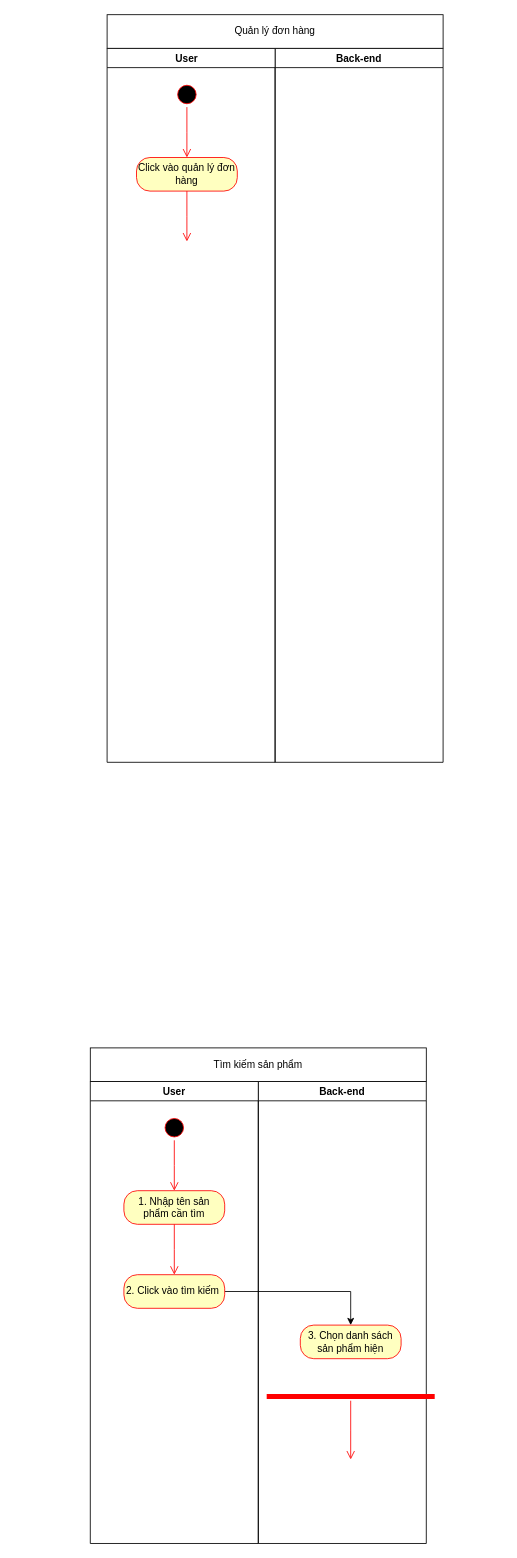
This is KTPM/Biểu đồ không có tiêu đề.drawio from Dothingan/Self-Educated, a draw.io file, before an edit. Source tidied: cells renumbered, new cells numbered last; positions are measured from the earlier drawing's top-left corner, leaving out a move shared by most shapes. Both pictures are drawn from the tidied source at 84%, with x=0, y=0 at pixel (90, 14).
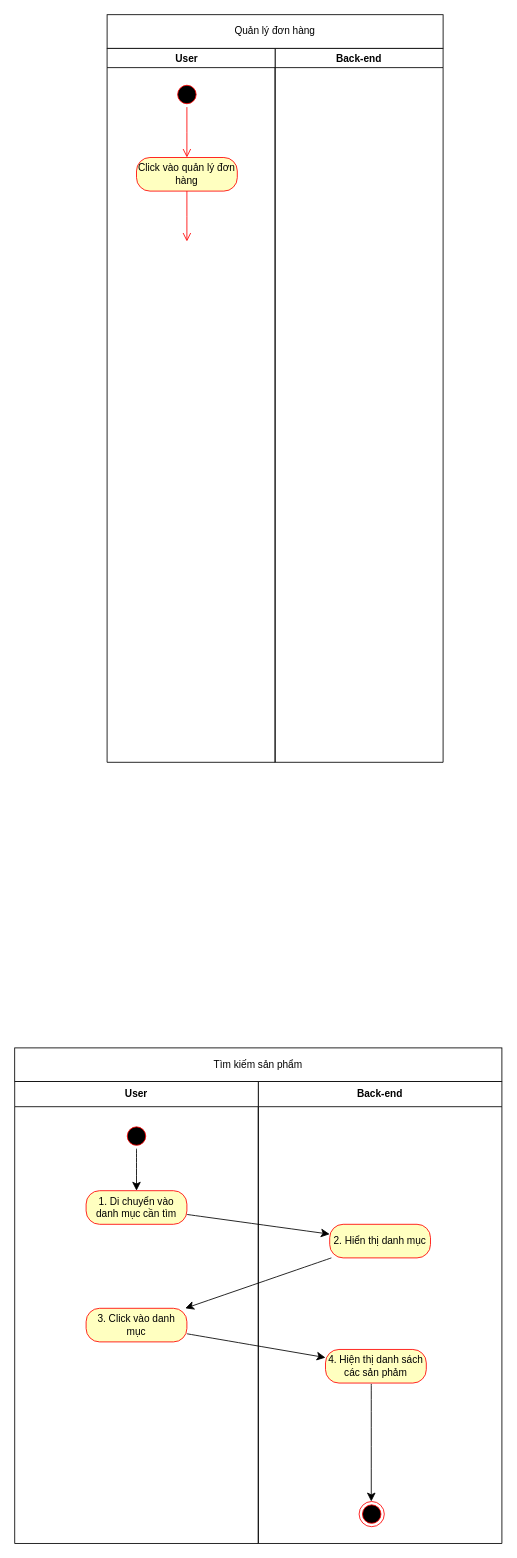
The same diagram, later.

Commit message:
Cập nhật Biểu đồ không có tiêu đề.drawio

Change to the diagram source:
```diff
@@
-    <mxCell id="9" value="Back-end" style="swimlane;whiteSpace=wrap;html=1;startSize=23;" parent="1" vertex="1">
-      <mxGeometry x="200" y="1270" width="200" height="550" as="geometry" />
+    <mxCell id="9" value="Back-end" style="swimlane;whiteSpace=wrap;html=1;startSize=30;" parent="1" vertex="1">
+      <mxGeometry x="200" y="1270" width="290" height="550" as="geometry" />
     </mxCell>
-    <mxCell id="10" style="shape=line;html=1;strokeWidth=6;strokeColor=#ff0000;" parent="9" vertex="1">
-      <mxGeometry x="10" y="370" width="200" height="10" as="geometry" />
-    </mxCell>
-    <mxCell id="11" style="edgeStyle=orthogonalEdgeStyle;html=1;verticalAlign=bottom;endArrow=open;endSize=8;strokeColor=#ff0000;rounded=0;" parent="9" edge="1" source="10">
-      <mxGeometry relative="1" as="geometry">
-        <mxPoint x="110" y="450" as="targetPoint" />
-      </mxGeometry>
-    </mxCell>
+    <mxCell id="21" style="edgeStyle=none;curved=1;rounded=0;orthogonalLoop=1;jettySize=auto;html=1;exitX=0.75;exitY=1;exitDx=0;exitDy=0;fontSize=12;startSize=8;endSize=8;" parent="9" edge="1">
+      <mxGeometry relative="1" as="geometry">
+        <mxPoint x="175" y="319" as="sourcePoint" />
+        <mxPoint x="175" y="319" as="targetPoint" />
+      </mxGeometry>
+    </mxCell>
+    <mxCell id="22" value="2. Hiển thị danh mục" style="rounded=1;whiteSpace=wrap;html=1;arcSize=40;fontColor=#000000;fillColor=#ffffc0;strokeColor=#ff0000;" parent="9" vertex="1">
+      <mxGeometry x="85" y="170" width="120" height="40" as="geometry" />
+    </mxCell>
+    <mxCell id="23" style="ellipse;html=1;shape=endState;fillColor=#000000;strokeColor=#ff0000;" parent="9" vertex="1">
+      <mxGeometry x="120" y="500" width="30" height="30" as="geometry" />
+    </mxCell>
+    <mxCell id="24" style="edgeStyle=none;curved=1;rounded=0;orthogonalLoop=1;jettySize=auto;html=1;fontSize=12;startSize=8;endSize=8;" parent="9" edge="1">
+      <mxGeometry relative="1" as="geometry">
+        <mxPoint x="134.5" y="360" as="sourcePoint" />
+        <mxPoint x="134.5" y="500" as="targetPoint" />
+      </mxGeometry>
+    </mxCell>
-    <mxCell id="12" value="User" style="swimlane;whiteSpace=wrap;html=1;" parent="1" vertex="1">
-      <mxGeometry y="1270" width="200" height="550" as="geometry" />
+    <mxCell id="12" value="User" style="swimlane;whiteSpace=wrap;html=1;startSize=30;" parent="1" vertex="1">
+      <mxGeometry x="-90" y="1270" width="290" height="550" as="geometry" />
     </mxCell>
+    <mxCell id="25" style="edgeStyle=none;curved=1;rounded=0;jettySize=auto;html=1;fontSize=12;startSize=8;endSize=8;" parent="12" edge="1" source="13" target="15">
+      <mxGeometry relative="1" as="geometry" />
+    </mxCell>
     <mxCell id="13" style="ellipse;html=1;shape=startState;fillColor=#000000;strokeColor=#ff0000;" parent="12" vertex="1">
-      <mxGeometry x="85" y="40" width="30" height="30" as="geometry" />
+      <mxGeometry x="130" y="50" width="30" height="30" as="geometry" />
     </mxCell>
-    <mxCell id="14" style="edgeStyle=orthogonalEdgeStyle;html=1;verticalAlign=bottom;endArrow=open;endSize=8;strokeColor=#ff0000;rounded=0;" parent="12" edge="1" source="13">
-      <mxGeometry relative="1" as="geometry">
-        <mxPoint x="100" y="130" as="targetPoint" />
-      </mxGeometry>
-    </mxCell>
-    <mxCell id="15" value="1. Nhập tên sản phẩm cần tìm" style="rounded=1;whiteSpace=wrap;html=1;arcSize=40;fontColor=#000000;fillColor=#ffffc0;strokeColor=#ff0000;" parent="12" vertex="1">
-      <mxGeometry x="40" y="130" width="120" height="40" as="geometry" />
+    <mxCell id="15" value="1. Di chuyển vào danh mục cần tìm" style="rounded=1;whiteSpace=wrap;html=1;arcSize=40;fontColor=#000000;fillColor=#ffffc0;strokeColor=#ff0000;" parent="12" vertex="1">
+      <mxGeometry x="85" y="130" width="120" height="40" as="geometry" />
     </mxCell>
-    <mxCell id="16" style="edgeStyle=orthogonalEdgeStyle;html=1;verticalAlign=bottom;endArrow=open;endSize=8;strokeColor=#ff0000;rounded=0;" parent="12" edge="1" source="15">
-      <mxGeometry relative="1" as="geometry">
-        <mxPoint x="100" y="230" as="targetPoint" />
-      </mxGeometry>
-    </mxCell>
-    <mxCell id="17" style="edgeStyle=orthogonalEdgeStyle;rounded=0;jettySize=auto;html=1;" parent="12" edge="1" source="18" target="19">
-      <mxGeometry relative="1" as="geometry" />
-    </mxCell>
-    <mxCell id="18" value="2. Click vào tìm kiếm&amp;nbsp;" style="rounded=1;whiteSpace=wrap;html=1;arcSize=40;fontColor=#000000;fillColor=#ffffc0;strokeColor=#ff0000;" parent="12" vertex="1">
-      <mxGeometry x="40" y="230" width="120" height="40" as="geometry" />
-    </mxCell>
-    <mxCell id="19" value="3. Chọn danh sách sản phẩm hiện" style="rounded=1;whiteSpace=wrap;html=1;arcSize=40;fontColor=#000000;fillColor=#ffffc0;strokeColor=#ff0000;" parent="12" vertex="1">
-      <mxGeometry x="250" y="290" width="120" height="40" as="geometry" />
-    </mxCell>
+    <mxCell id="26" style="edgeStyle=none;curved=1;rounded=0;jettySize=auto;html=1;fontSize=12;startSize=8;endSize=8;" parent="12" edge="1" source="27" target="28">
+      <mxGeometry relative="1" as="geometry" />
+    </mxCell>
+    <mxCell id="27" value="3. Click vào danh mục" style="rounded=1;whiteSpace=wrap;html=1;arcSize=40;fontColor=#000000;fillColor=#ffffc0;strokeColor=#ff0000;" parent="12" vertex="1">
+      <mxGeometry x="85" y="270" width="120" height="40" as="geometry" />
+    </mxCell>
+    <mxCell id="28" value="4. Hiện thị danh sách các sản phảm" style="rounded=1;whiteSpace=wrap;html=1;arcSize=40;fontColor=#000000;fillColor=#ffffc0;strokeColor=#ff0000;" parent="12" vertex="1">
+      <mxGeometry x="370" y="319" width="120" height="40" as="geometry" />
+    </mxCell>
     <mxCell id="20" value="Tìm kiếm sản phẩm" style="rounded=0;whiteSpace=wrap;html=1;" parent="1" vertex="1">
-      <mxGeometry y="1230" width="400" height="40" as="geometry" />
+      <mxGeometry x="-90" y="1230" width="580" height="40" as="geometry" />
     </mxCell>
+    <mxCell id="29" style="edgeStyle=none;curved=1;rounded=0;jettySize=auto;html=1;fontSize=12;startSize=8;endSize=8;" parent="1" edge="1" source="15" target="22">
+      <mxGeometry relative="1" as="geometry" />
+    </mxCell>
+    <mxCell id="30" style="edgeStyle=none;curved=1;rounded=0;jettySize=auto;html=1;fontSize=12;startSize=8;endSize=8;" parent="1" edge="1" source="22" target="27">
+      <mxGeometry relative="1" as="geometry" />
+    </mxCell>
```
